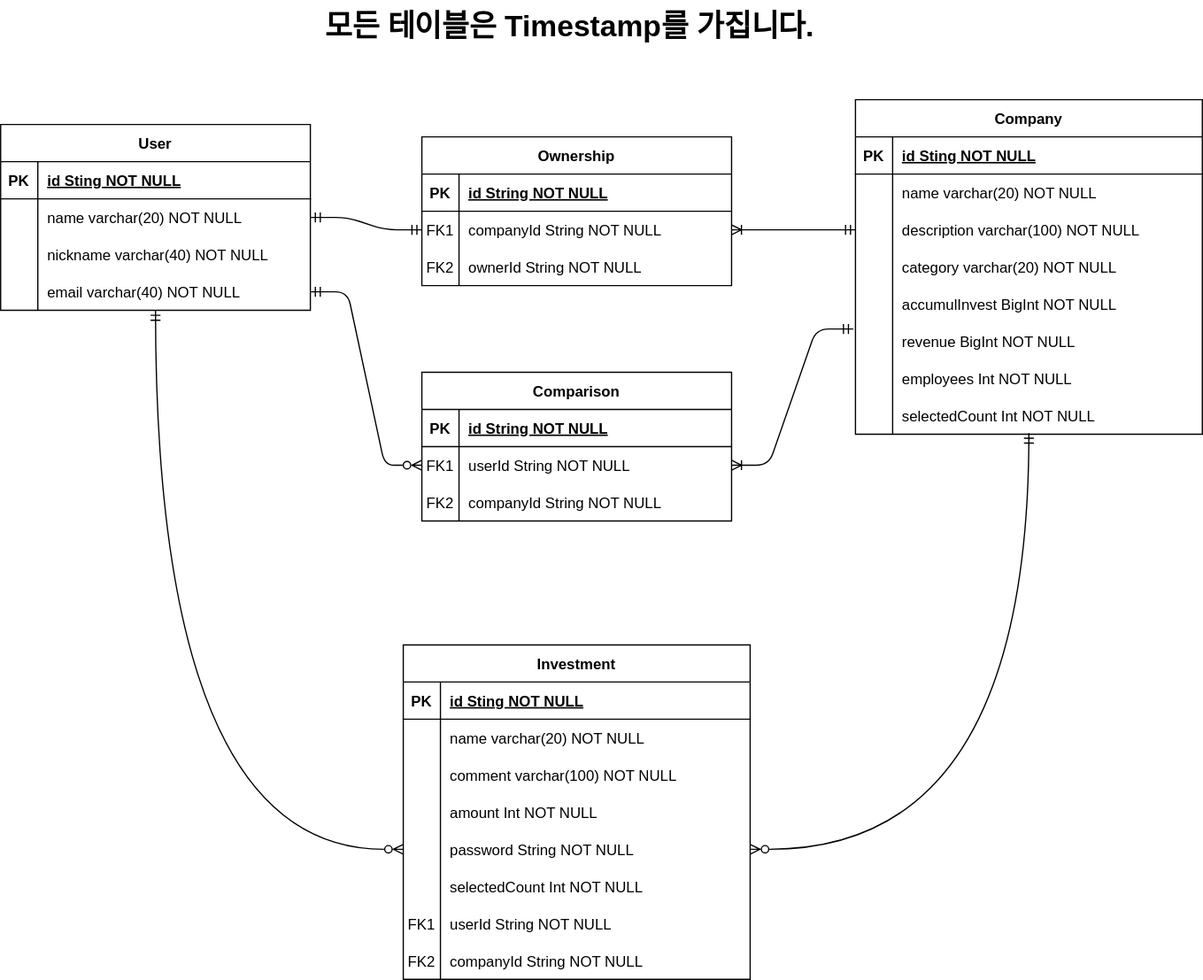
Earlier version of the draw.io export docs/ERD.svg (kipid/View-My-Startup-Codeit). Source tidied: cells renumbered, new cells last; positions are measured from the earlier drawing's top-left corner, leaving out a move shared by most shapes.
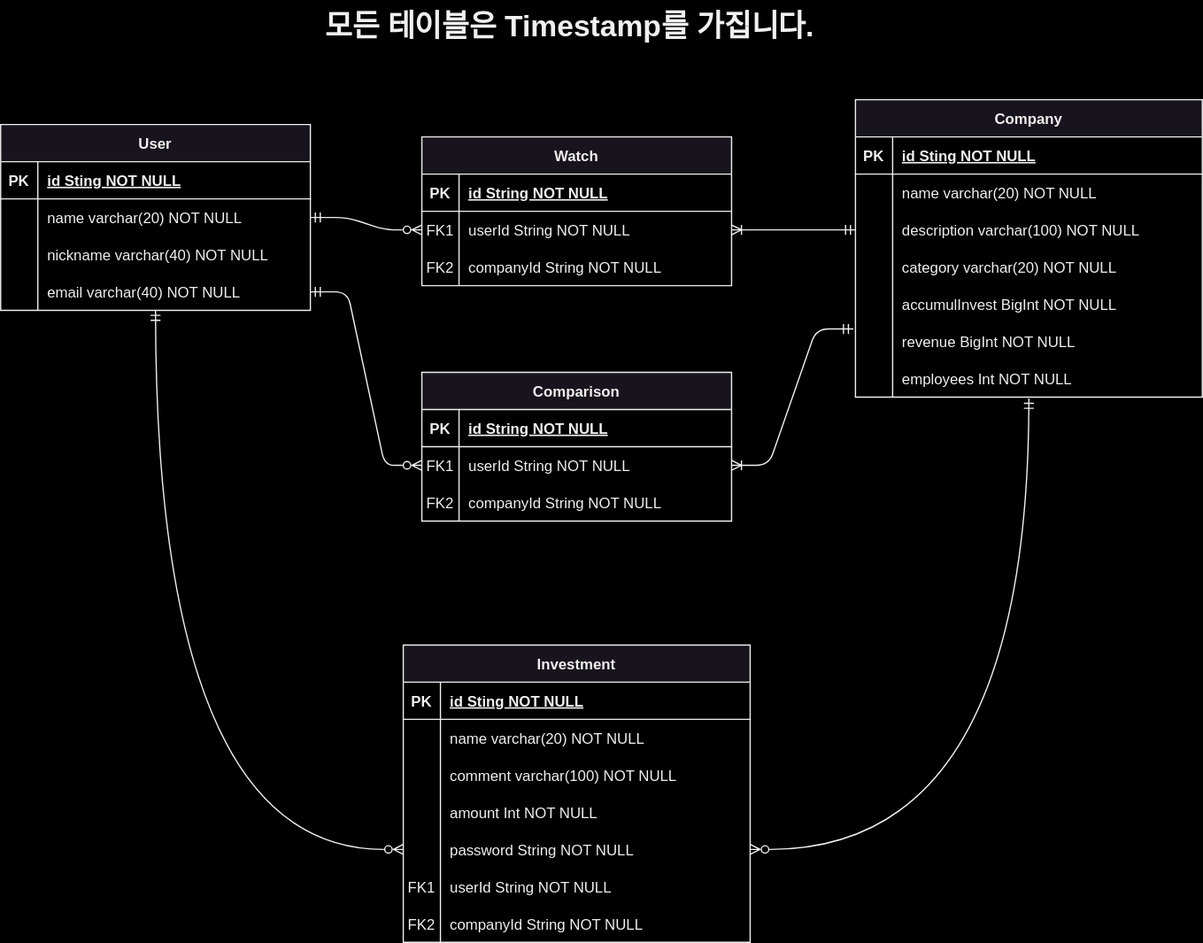
The same file after the commit.

What changed in the source:
```diff
@@ -1,8 +1,8 @@
-<mxGraphModel>
+<mxGraphModel background="#000000">
   <root>
     <mxCell id="0" />
     <mxCell id="1" parent="0" />
-    <mxCell id="2" style="edgeStyle=entityRelationEdgeStyle;endArrow=ERmandOne;startArrow=ERmandOne;endFill=0;startFill=0;exitX=1;exitY=0.5;exitDx=0;exitDy=0;" parent="1" edge="1" source="18" target="8">
+    <mxCell id="2" style="edgeStyle=entityRelationEdgeStyle;endArrow=ERzeroToMany;startArrow=ERmandOne;endFill=0;startFill=0;exitX=1;exitY=0.5;exitDx=0;exitDy=0;" parent="1" edge="1" source="18" target="8">
       <mxGeometry relative="1" as="geometry">
         <Array as="points">
           <mxPoint x="270" y="175" />
@@ -12,7 +12,7 @@
     <mxCell id="3" style="edgeStyle=entityRelationEdgeStyle;endArrow=ERmandOne;startArrow=ERoneToMany;endFill=0;startFill=0;exitX=1;exitY=0.5;exitDx=0;exitDy=0;entryX=0;entryY=0.5;entryDx=0;entryDy=0;" parent="1" edge="1" source="8" target="36">
       <mxGeometry relative="1" as="geometry" />
     </mxCell>
-    <mxCell id="4" value="Ownership" style="shape=table;startSize=30;rowLines=0;fontStyle=1;align=center;" parent="1" vertex="1">
+    <mxCell id="4" value="Watch" style="shape=table;startSize=30;rowLines=0;fontStyle=1;align=center;" parent="1" vertex="1">
       <mxGeometry x="340" y="110" width="250" height="120" as="geometry" />
     </mxCell>
     <mxCell id="5" style="shape=partialRectangle;fillColor=none;top=0;left=0;right=0;bottom=1;" parent="4" vertex="1">
@@ -30,7 +30,7 @@
     <mxCell id="9" value="FK1" style="shape=partialRectangle;overflow=hidden;fillColor=none;top=0;left=0;bottom=0;right=0;" parent="8" vertex="1">
       <mxGeometry width="30" height="30" as="geometry" />
     </mxCell>
-    <mxCell id="10" value="companyId String NOT NULL" style="shape=partialRectangle;overflow=hidden;fillColor=none;top=0;left=0;bottom=0;right=0;align=left;spacingLeft=6;" parent="8" vertex="1">
+    <mxCell id="10" value="userId String NOT NULL" style="shape=partialRectangle;overflow=hidden;fillColor=none;top=0;left=0;bottom=0;right=0;align=left;spacingLeft=6;" parent="8" vertex="1">
       <mxGeometry x="30" width="220" height="30" as="geometry" />
     </mxCell>
     <mxCell id="11" style="shape=partialRectangle;fillColor=none;top=0;left=0;right=0;bottom=0;" parent="4" vertex="1">
@@ -39,7 +39,7 @@
     <mxCell id="12" value="FK2" style="shape=partialRectangle;overflow=hidden;fillColor=none;top=0;left=0;bottom=0;right=0;" parent="11" vertex="1">
       <mxGeometry width="30" height="30" as="geometry" />
     </mxCell>
-    <mxCell id="13" value="ownerId String NOT NULL" style="shape=partialRectangle;overflow=hidden;fillColor=none;top=0;left=0;bottom=0;right=0;align=left;spacingLeft=6;" parent="11" vertex="1">
+    <mxCell id="13" value="companyId String NOT NULL" style="shape=partialRectangle;overflow=hidden;fillColor=none;top=0;left=0;bottom=0;right=0;align=left;spacingLeft=6;" parent="11" vertex="1">
       <mxGeometry x="30" width="220" height="30" as="geometry" />
     </mxCell>
     <mxCell id="14" value="User" style="shape=table;startSize=30;rowLines=0;fontStyle=1;align=center;" parent="1" vertex="1">
@@ -88,7 +88,7 @@
       <mxGeometry x="260" width="480" height="60" as="geometry" />
     </mxCell>
     <mxCell id="29" value="Company" style="shape=table;startSize=30;rowLines=0;fontStyle=1;align=center;" parent="1" vertex="1">
-      <mxGeometry x="690" y="80" width="280" height="270" as="geometry" />
+      <mxGeometry x="690" y="80" width="280" height="240" as="geometry" />
     </mxCell>
     <mxCell id="30" style="shape=partialRectangle;fillColor=none;top=0;left=0;right=0;bottom=1;" parent="29" vertex="1">
       <mxGeometry y="30" width="280" height="30" as="geometry" />
@@ -153,17 +153,8 @@
     <mxCell id="50" value="employees Int NOT NULL" style="shape=partialRectangle;overflow=hidden;fillColor=none;top=0;left=0;bottom=0;right=0;align=left;spacingLeft=6;" parent="48" vertex="1">
       <mxGeometry x="30" width="250" height="30" as="geometry" />
     </mxCell>
-    <mxCell id="51" style="shape=partialRectangle;fillColor=none;points=[[0,0.5],[1,0.5]];portConstraint=eastwest;top=0;left=0;right=0;bottom=0;" parent="29" vertex="1">
-      <mxGeometry y="240" width="280" height="30" as="geometry" />
-    </mxCell>
-    <mxCell id="52" style="shape=partialRectangle;overflow=hidden;fillColor=none;top=0;left=0;bottom=0;right=0;" parent="51" vertex="1">
-      <mxGeometry width="30" height="30" as="geometry" />
-    </mxCell>
-    <mxCell id="53" value="selectedCount Int NOT NULL" style="shape=partialRectangle;overflow=hidden;fillColor=none;top=0;left=0;bottom=0;right=0;align=left;spacingLeft=6;" parent="51" vertex="1">
-      <mxGeometry x="30" width="250" height="30" as="geometry" />
-    </mxCell>
     <mxCell id="54" value="Investment" style="shape=table;startSize=30;rowLines=0;fontStyle=1;align=center;" parent="1" vertex="1">
-      <mxGeometry x="325" y="520" width="280" height="270" as="geometry" />
+      <mxGeometry x="325" y="520" width="280" height="240" as="geometry" />
     </mxCell>
     <mxCell id="55" style="shape=partialRectangle;fillColor=none;top=0;left=0;right=0;bottom=1;" parent="54" vertex="1">
       <mxGeometry y="30" width="280" height="30" as="geometry" />
@@ -210,17 +201,8 @@
     <mxCell id="69" value="password String NOT NULL" style="shape=partialRectangle;overflow=hidden;fillColor=none;top=0;left=0;bottom=0;right=0;align=left;spacingLeft=6;" parent="67" vertex="1">
       <mxGeometry x="30" width="250" height="30" as="geometry" />
     </mxCell>
-    <mxCell id="70" style="shape=partialRectangle;fillColor=none;top=0;left=0;right=0;bottom=0;" parent="54" vertex="1">
-      <mxGeometry y="180" width="280" height="30" as="geometry" />
-    </mxCell>
-    <mxCell id="71" style="shape=partialRectangle;overflow=hidden;fillColor=none;top=0;left=0;bottom=0;right=0;" parent="70" vertex="1">
-      <mxGeometry width="30" height="30" as="geometry" />
-    </mxCell>
-    <mxCell id="72" value="selectedCount Int NOT NULL" style="shape=partialRectangle;overflow=hidden;fillColor=none;top=0;left=0;bottom=0;right=0;align=left;spacingLeft=6;" parent="70" vertex="1">
-      <mxGeometry x="30" width="250" height="30" as="geometry" />
-    </mxCell>
     <mxCell id="73" style="shape=partialRectangle;fillColor=none;top=0;left=0;right=0;bottom=0;" parent="54" vertex="1">
-      <mxGeometry y="210" width="280" height="30" as="geometry" />
+      <mxGeometry y="180" width="280" height="30" as="geometry" />
     </mxCell>
     <mxCell id="74" value="FK1" style="shape=partialRectangle;overflow=hidden;fillColor=none;top=0;left=0;bottom=0;right=0;" parent="73" vertex="1">
       <mxGeometry width="30" height="30" as="geometry" />
@@ -229,7 +211,7 @@
       <mxGeometry x="30" width="250" height="30" as="geometry" />
     </mxCell>
     <mxCell id="76" style="shape=partialRectangle;fillColor=none;top=0;left=0;right=0;bottom=0;" parent="54" vertex="1">
-      <mxGeometry y="240" width="280" height="30" as="geometry" />
+      <mxGeometry y="210" width="280" height="30" as="geometry" />
     </mxCell>
     <mxCell id="77" value="FK2" style="shape=partialRectangle;overflow=hidden;fillColor=none;top=0;left=0;bottom=0;right=0;" parent="76" vertex="1">
       <mxGeometry width="30" height="30" as="geometry" />
@@ -240,7 +222,7 @@
     <mxCell id="79" style="edgeStyle=orthogonalEdgeStyle;fontSize=12;html=1;endArrow=ERmandOne;startArrow=ERzeroToMany;rounded=0;elbow=vertical;curved=1;endFill=0;startFill=0;exitX=0;exitY=0.5;exitDx=0;exitDy=0;entryX=0.5;entryY=1;entryDx=0;entryDy=0;entryPerimeter=0;" parent="1" edge="1" source="67" target="24">
       <mxGeometry relative="1" as="geometry" />
     </mxCell>
-    <mxCell id="80" style="edgeStyle=orthogonalEdgeStyle;fontSize=12;html=1;endArrow=ERmandOne;startArrow=ERzeroToMany;rounded=0;elbow=vertical;curved=1;endFill=0;startFill=0;exitX=1;exitY=0.5;exitDx=0;exitDy=0;entryX=0.5;entryY=0.972;entryDx=0;entryDy=0;entryPerimeter=0;" parent="1" edge="1" source="67" target="51">
+    <mxCell id="80" style="edgeStyle=orthogonalEdgeStyle;fontSize=12;html=1;endArrow=ERmandOne;startArrow=ERzeroToMany;rounded=0;elbow=vertical;curved=1;endFill=0;startFill=0;exitX=1;exitY=0.5;exitDx=0;exitDy=0;entryX=0.5;entryY=1.033;entryDx=0;entryDy=0;entryPerimeter=0;" parent="1" edge="1" source="67" target="48">
       <mxGeometry relative="1" as="geometry" />
     </mxCell>
     <mxCell id="81" style="edgeStyle=entityRelationEdgeStyle;endArrow=ERzeroToMany;startArrow=ERmandOne;endFill=0;startFill=0;exitX=1;exitY=0.5;exitDx=0;exitDy=0;" parent="1" edge="1" source="24" target="87">
```
